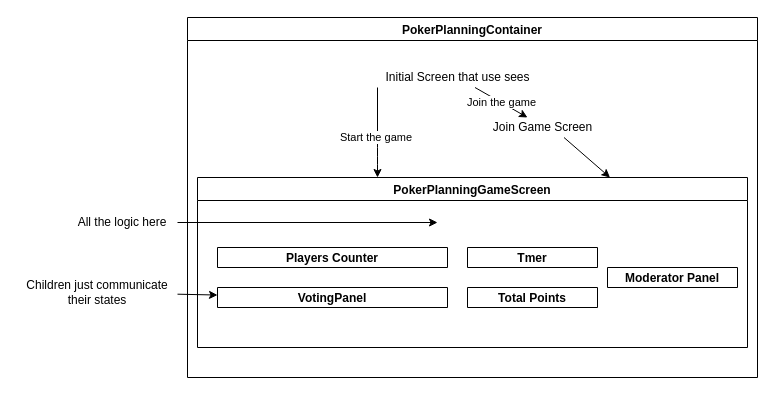
The draw.io diagram page "Architecture" (2 of 2) of Poker Planning Game/Planning Poker LWC.drawio in conductorsha/LWC-Training, before the edit. Source tidied: cells renumbered, new cells numbered last; positions are measured from the earlier drawing's top-left corner, leaving out a move shared by most shapes. Both pictures are drawn from the tidied source at 100%, with x=0, y=0 at pixel (17, 17).
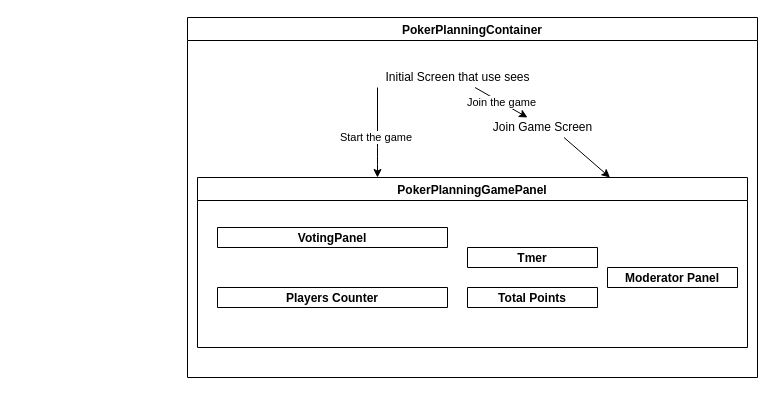
The same page after the edit.

Unchanged cells that the change refers to:
```xml
<mxCell id="2" value="PokerPlanningContainer" style="swimlane;" parent="1" vertex="1">
  <mxGeometry x="170" width="570" height="360" as="geometry" />
</mxCell>
```

Change to the diagram source:
```diff
@@
-    <mxCell id="5" value="PokerPlanningGameScreen" style="swimlane;" parent="2" vertex="1">
+    <mxCell id="5" value="PokerPlanningGamePanel" style="swimlane;" parent="2" vertex="1">
       <mxGeometry x="10" y="160" width="550" height="170" as="geometry" />
     </mxCell>
     <mxCell id="6" value="Players Counter" style="swimlane;startSize=23;" parent="5" vertex="1">
-      <mxGeometry x="20" y="70" width="230" height="20" as="geometry" />
+      <mxGeometry x="20" y="110" width="230" height="20" as="geometry" />
     </mxCell>
     <mxCell id="7" value="VotingPanel" style="swimlane;startSize=23;" parent="5" vertex="1">
-      <mxGeometry x="20" y="110" width="230" height="20" as="geometry" />
+      <mxGeometry x="20" y="50" width="230" height="20" as="geometry" />
     </mxCell>
@@
-    <mxCell id="14" style="edgeStyle=none;html=1;" parent="1" edge="1" source="15">
-      <mxGeometry relative="1" as="geometry">
-        <mxPoint x="420" y="205" as="targetPoint" />
-      </mxGeometry>
-    </mxCell>
-    <mxCell id="15" value="All the logic here" style="text;html=1;strokeColor=none;fillColor=none;align=center;verticalAlign=middle;whiteSpace=wrap;rounded=0;" parent="1" vertex="1">
-      <mxGeometry x="50" y="190" width="110" height="30" as="geometry" />
-    </mxCell>
-    <mxCell id="16" style="edgeStyle=none;html=1;" parent="1" edge="1" source="17" target="7">
-      <mxGeometry relative="1" as="geometry" />
-    </mxCell>
-    <mxCell id="17" value="Children just communicate their states" style="text;html=1;strokeColor=none;fillColor=none;align=center;verticalAlign=middle;whiteSpace=wrap;rounded=0;" parent="1" vertex="1">
-      <mxGeometry y="260" width="160" height="30" as="geometry" />
-    </mxCell>
```
